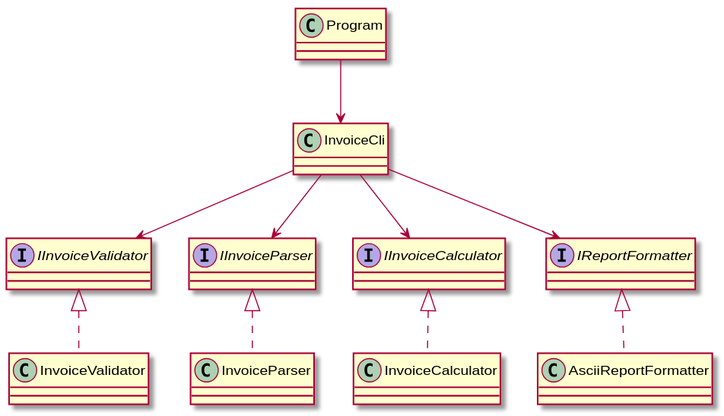
The PlantUML diagram SingleResponsibility/uml/invoice-app-class-diagram.svg in drccastillo/csharp-course, before a commit.
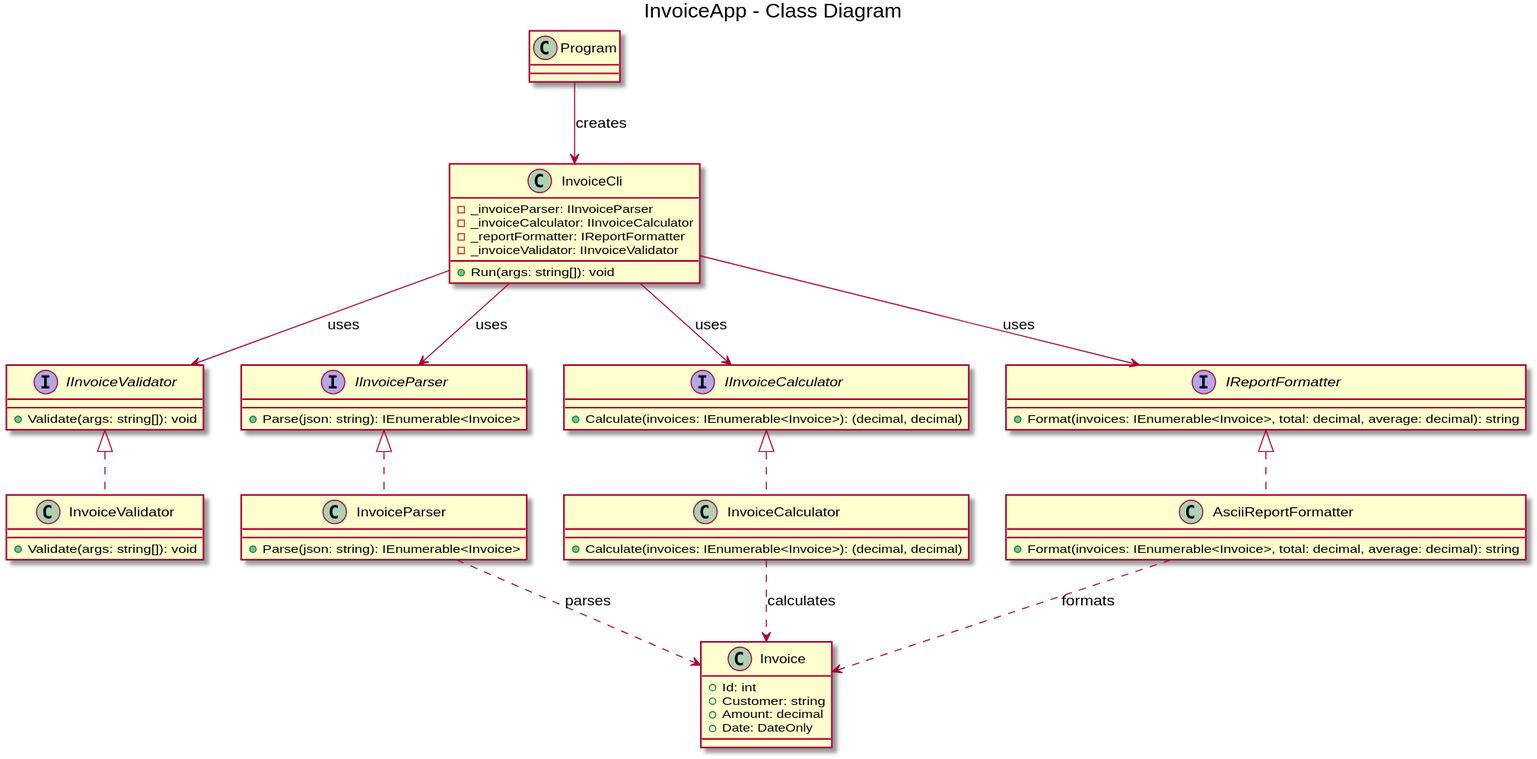
Above is the later version.

Diff of the diagram source:
```diff
@@ -1,22 +1,61 @@
 @startuml
-interface IInvoiceValidator
-interface IInvoiceParser
-interface IInvoiceCalculator
-interface IReportFormatter
-class InvoiceValidator
-class InvoiceParser
-class InvoiceCalculator
-class AsciiReportFormatter
-class InvoiceCli
+title InvoiceApp - Class Diagram
+
+interface IInvoiceValidator {
+    +Validate(args: string[]): void
+}
+interface IInvoiceParser {
+    +Parse(json: string): IEnumerable<Invoice>
+}
+interface IInvoiceCalculator {
+    +Calculate(invoices: IEnumerable<Invoice>): (decimal, decimal)
+}
+interface IReportFormatter {
+    +Format(invoices: IEnumerable<Invoice>, total: decimal, average: decimal): string
+}
+
+class Invoice {
+    +Id: int
+    +Customer: string
+    +Amount: decimal
+    +Date: DateOnly
+}
+
+class InvoiceValidator {
+    +Validate(args: string[]): void
+}
+class InvoiceParser {
+    +Parse(json: string): IEnumerable<Invoice>
+}
+class InvoiceCalculator {
+    +Calculate(invoices: IEnumerable<Invoice>): (decimal, decimal)
+}
+class AsciiReportFormatter {
+    +Format(invoices: IEnumerable<Invoice>, total: decimal, average: decimal): string
+}
+
+class InvoiceCli {
+    +Run(args: string[]): void
+    -_invoiceParser: IInvoiceParser
+    -_invoiceCalculator: IInvoiceCalculator
+    -_reportFormatter: IReportFormatter
+    -_invoiceValidator: IInvoiceValidator
+}
 class Program
 
 IInvoiceValidator <|.. InvoiceValidator
 IInvoiceParser <|.. InvoiceParser
 IInvoiceCalculator <|.. InvoiceCalculator
 IReportFormatter <|.. AsciiReportFormatter
-InvoiceCli --> IInvoiceValidator
-InvoiceCli --> IInvoiceParser
-InvoiceCli --> IInvoiceCalculator
-InvoiceCli --> IReportFormatter
-Program --> InvoiceCli
+
+InvoiceCli --> IInvoiceValidator : uses
+InvoiceCli --> IInvoiceParser : uses
+InvoiceCli --> IInvoiceCalculator : uses
+InvoiceCli --> IReportFormatter : uses
+Program --> InvoiceCli : creates
+
+InvoiceParser ..> Invoice : parses
+InvoiceCalculator ..> Invoice : calculates
+AsciiReportFormatter ..> Invoice : formats
+
 @enduml
```
